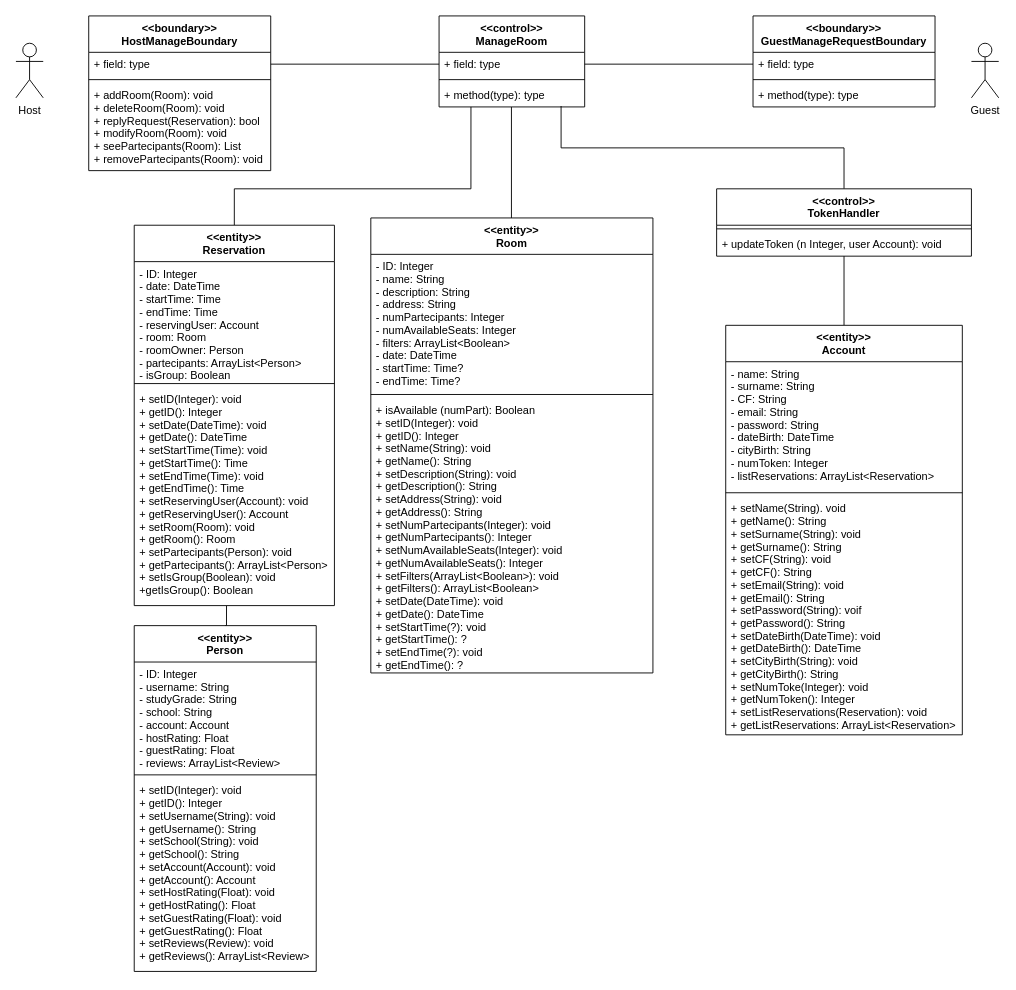
nic-agos/DoveStudi keeps this draw.io diagram as Deliverables/VoPC/VoPC ManageRoom.drawio. Above is the earlier version. Source tidied: cells renumbered, new cells numbered last; positions are measured from the earlier drawing's top-left corner, leaving out a move shared by most shapes. Both pictures are drawn from the tidied source at 91%, with x=0, y=0 at pixel (15, 15).
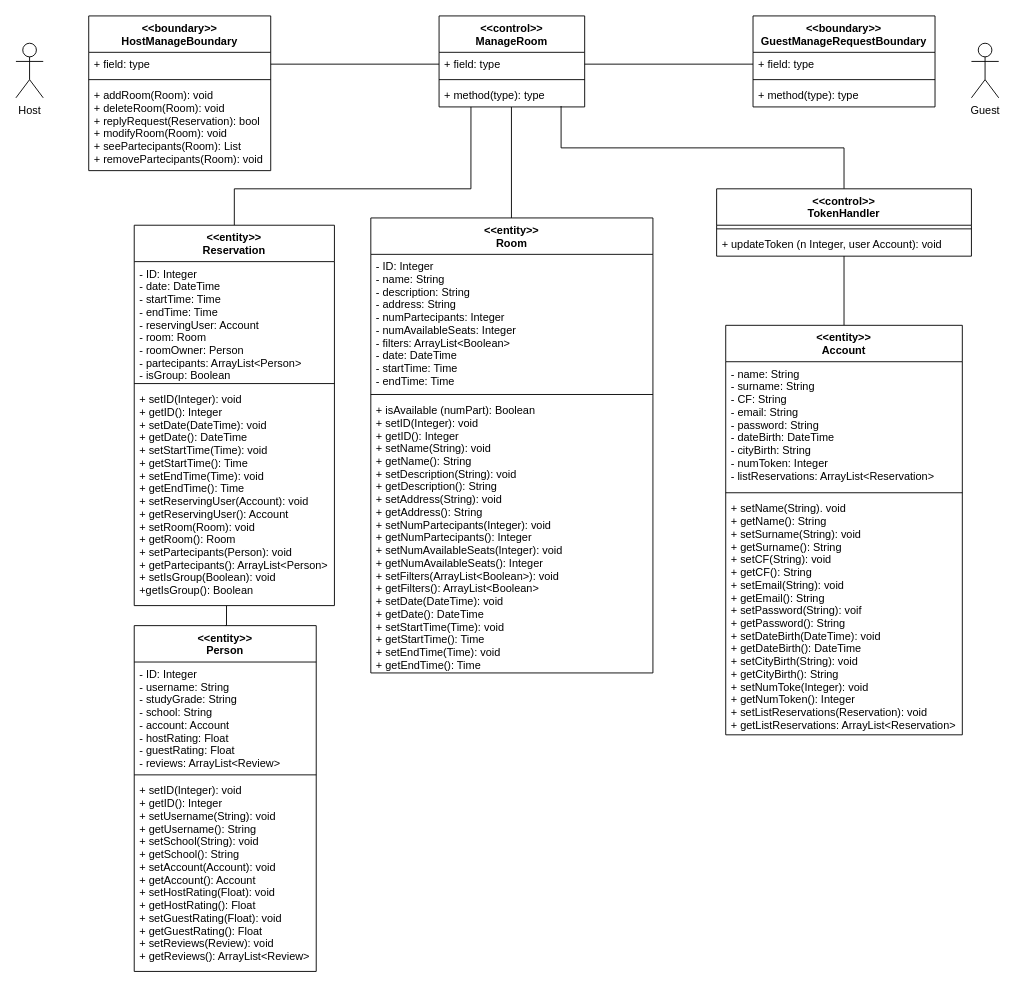
The same diagram, later.

Unchanged cells that the change refers to:
```xml
<mxCell id="28" value="&lt;&lt;entity&gt;&gt;&#10;Room" style="swimlane;fontStyle=1;align=center;verticalAlign=top;horizontal=1;startSize=40;" parent="1" vertex="1">
  <mxGeometry x="390" y="222" width="310" height="500" as="geometry" />
</mxCell>
```

The edit, as a diff of the source:
```diff
@@
-    <mxCell id="29" value="- ID: Integer&#10;- name: String&#10;- description: String&#10;- address: String&#10;- numPartecipants: Integer&#10;- numAvailableSeats: Integer&#10;- filters: ArrayList&lt;Boolean&gt;&#10;- date: DateTime&#10;- startTime: Time?&#10;- endTime: Time?" style="text;strokeColor=none;fillColor=none;align=left;verticalAlign=top;spacingLeft=4;spacingRight=4;overflow=hidden;" parent="28" vertex="1">
+    <mxCell id="29" value="- ID: Integer&#10;- name: String&#10;- description: String&#10;- address: String&#10;- numPartecipants: Integer&#10;- numAvailableSeats: Integer&#10;- filters: ArrayList&lt;Boolean&gt;&#10;- date: DateTime&#10;- startTime: Time&#10;- endTime: Time" style="text;strokeColor=none;fillColor=none;align=left;verticalAlign=top;spacingLeft=4;spacingRight=4;overflow=hidden;" parent="28" vertex="1">
       <mxGeometry y="40" width="310" height="150" as="geometry" />
     </mxCell>
@@
-    <mxCell id="31" value="+ isAvailable (numPart): Boolean&#10;+ setID(Integer): void &#10;+ getID(): Integer&#10;+ setName(String): void&#10;+ getName(): String&#10;+ setDescription(String): void&#10;+ getDescription(): String&#10;+ setAddress(String): void&#10;+ getAddress(): String&#10;+ setNumPartecipants(Integer): void&#10;+ getNumPartecipants(): Integer&#10;+ setNumAvailableSeats(Integer): void&#10;+ getNumAvailableSeats(): Integer&#10;+ setFilters(ArrayList&lt;Boolean&gt;): void&#10;+ getFilters(): ArrayList&lt;Boolean&gt;&#10;+ setDate(DateTime): void&#10;+ getDate(): DateTime&#10;+ setStartTime(?): void&#10;+ getStartTime(): ?&#10;+ setEndTime(?): void&#10;+ getEndTime(): ?&#10; &#10;&#10; " style="text;strokeColor=none;fillColor=none;align=left;verticalAlign=top;spacingLeft=4;spacingRight=4;overflow=hidden;" parent="28" vertex="1">
+    <mxCell id="31" value="+ isAvailable (numPart): Boolean&#10;+ setID(Integer): void &#10;+ getID(): Integer&#10;+ setName(String): void&#10;+ getName(): String&#10;+ setDescription(String): void&#10;+ getDescription(): String&#10;+ setAddress(String): void&#10;+ getAddress(): String&#10;+ setNumPartecipants(Integer): void&#10;+ getNumPartecipants(): Integer&#10;+ setNumAvailableSeats(Integer): void&#10;+ getNumAvailableSeats(): Integer&#10;+ setFilters(ArrayList&lt;Boolean&gt;): void&#10;+ getFilters(): ArrayList&lt;Boolean&gt;&#10;+ setDate(DateTime): void&#10;+ getDate(): DateTime&#10;+ setStartTime(Time): void&#10;+ getStartTime(): Time&#10;+ setEndTime(Time): void&#10;+ getEndTime(): Time&#10; &#10;&#10; " style="text;strokeColor=none;fillColor=none;align=left;verticalAlign=top;spacingLeft=4;spacingRight=4;overflow=hidden;" parent="28" vertex="1">
       <mxGeometry y="198" width="310" height="302" as="geometry" />
     </mxCell>
```
